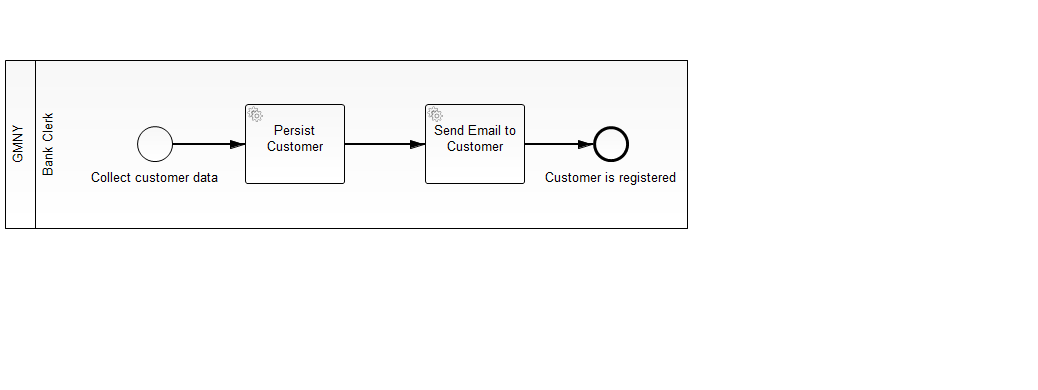
shaunthomas999/GMNY-WFM-CaseStudy keeps this BPMN diagram as GMNYworkflow/gmny/src/main/resources/01-customer-registration.png. Above is the earlier version. Its source is kept beside it as GMNYworkflow/gmny/src/main/resources/01-customer-registration.bpmn. Ids are renumbered.
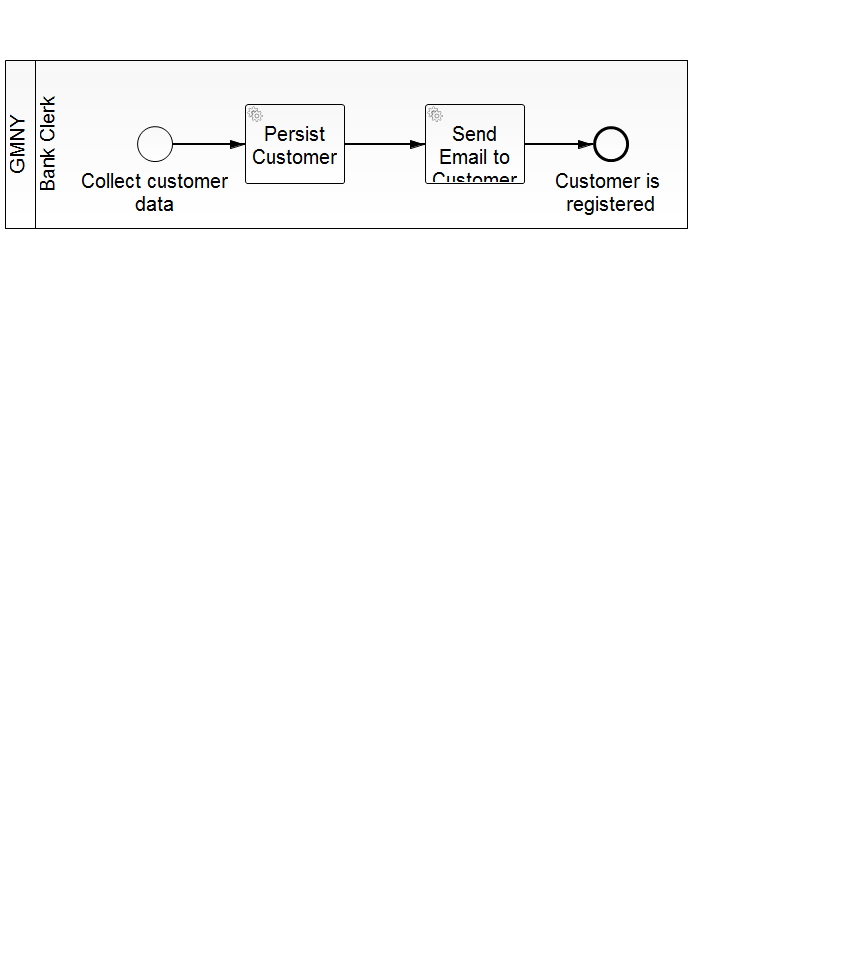
After the change.

Commit message:
Update - today doing other loan app forms

Diff of the diagram source:
```diff
@@ -11,7 +11,7 @@
         <bpmn2:flowNodeRef>EndEvent_3</bpmn2:flowNodeRef>
       </bpmn2:lane>
     </bpmn2:laneSet>
-    <bpmn2:startEvent id="CustomerRegStart" camunda:formKey="embedded:app:forms/01-collect-customer-data.html" name="Collect customer data">
+    <bpmn2:startEvent id="CustomerRegStart" camunda:formKey="embedded:app:forms/01-collect-customer-data.html" name="Collect customer&#xD;&#xA;data">
       <bpmn2:outgoing>SequenceFlow_1</bpmn2:outgoing>
     </bpmn2:startEvent>
     <bpmn2:sequenceFlow id="SequenceFlow_1" name="" sourceRef="CustomerRegStart" targetRef="ServiceTask_1"/>
@@ -25,7 +25,7 @@
       <bpmn2:outgoing>SequenceFlow_7</bpmn2:outgoing>
     </bpmn2:serviceTask>
     <bpmn2:sequenceFlow id="SequenceFlow_7" name="" sourceRef="ServiceTask_2" targetRef="EndEvent_3"/>
-    <bpmn2:endEvent id="EndEvent_3" name="Customer is registered">
+    <bpmn2:endEvent id="EndEvent_3" name="Customer is &#xD;&#xA;registered">
       <bpmn2:incoming>SequenceFlow_7</bpmn2:incoming>
     </bpmn2:endEvent>
   </bpmn2:process>
```
